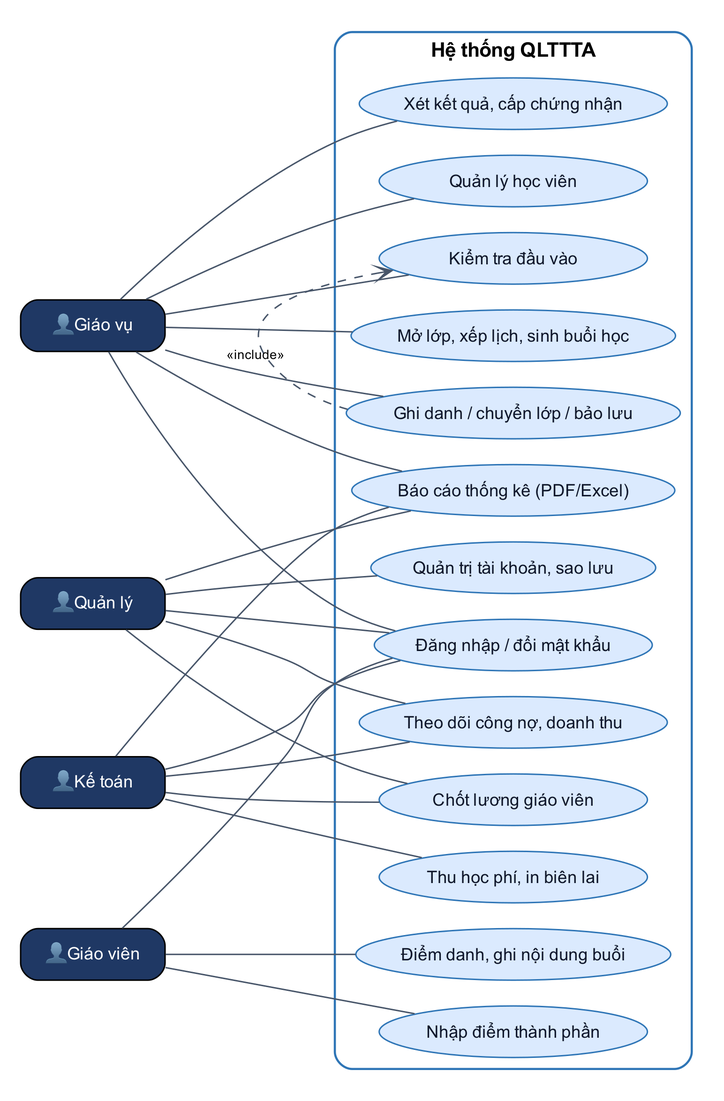
nhutruong-uit/imcp keeps this Graphviz diagram as docs/report/images/diagrams/usecase.png. Above is the earlier version. Its source is kept beside it as docs/report/diagrams/usecase.dot.
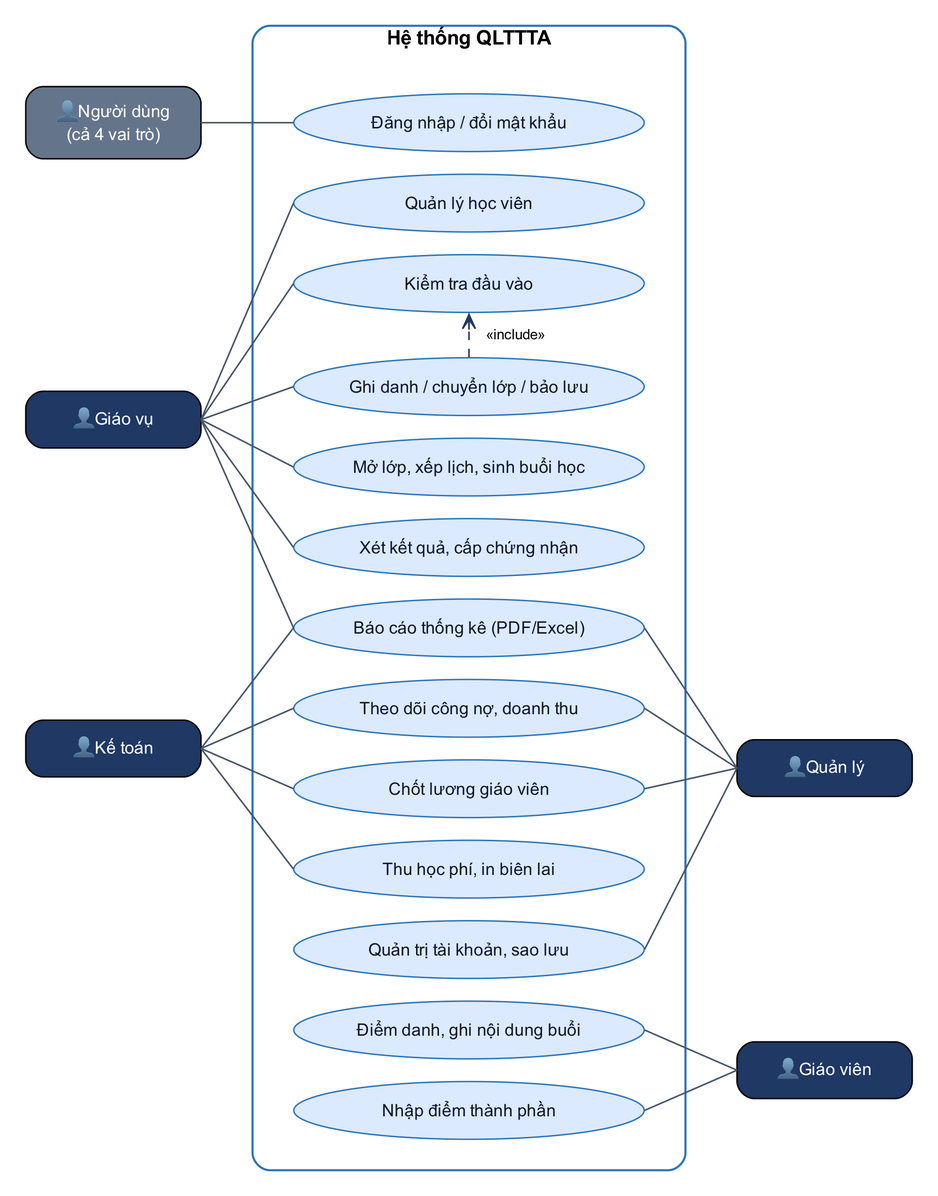
Later version of the same file.

Change to the diagram source:
```diff
@@ -1,31 +1,40 @@
-digraph UC {
-  graph [rankdir=LR, fontname="Arial", dpi=220, pad=0.2, nodesep=0.25, ranksep=1.2];
-  node  [fontname="Arial", fontsize=12];
-  edge  [color="#475569", arrowhead=none];
+graph UC {
+  layout=neato; overlap=true; splines=line; dpi=220; pad=0.25;
+  node [fontname="Arial", fontsize=12];
+  edge [color="#475569", penwidth=1.1];
 
-  node [shape=box, style="rounded,filled", fillcolor="#1F3864", fontcolor="white", width=1.4];
-  QL [label="👤 Quản lý"]; GVU [label="👤 Giáo vụ"]; KT [label="👤 Kế toán"]; GV [label="👤 Giáo viên"];
+  SYS [shape=box, style="rounded", color="#2E75B6", penwidth=1.5, label=<<B>Hệ thống QLTTTA</B>>, fontsize=14,
+       labelloc=t, fixedsize=true, width=4.2, height=11.1, pos="3.55,4.75!"];
 
-  subgraph cluster_sys {
-    label="Hệ thống QLTTTA"; fontsize=14; fontname="Arial Bold"; style="rounded"; color="#2E75B6"; penwidth=1.5;
-    node [shape=ellipse, style=filled, fillcolor="#DBEAFE", color="#2E75B6", fontcolor="#0F172A", width=2.6];
-    uc0 [label="Đăng nhập / đổi mật khẩu"];
-    uc1 [label="Quản lý học viên"];
-    uc2 [label="Kiểm tra đầu vào"];
-    uc3 [label="Mở lớp, xếp lịch, sinh buổi học"];
-    uc4 [label="Ghi danh / chuyển lớp / bảo lưu"];
-    uc5 [label="Thu học phí, in biên lai"];
-    uc6 [label="Theo dõi công nợ, doanh thu"];
-    uc7 [label="Điểm danh, ghi nội dung buổi"];
-    uc8 [label="Nhập điểm thành phần"];
-    uc9 [label="Xét kết quả, cấp chứng nhận"];
-    uc10 [label="Chốt lương giáo viên"];
-    uc11 [label="Báo cáo thống kê (PDF/Excel)"];
-    uc12 [label="Quản trị tài khoản, sao lưu"];
-  }
-  QL -> {uc0 uc6 uc11 uc12 uc10};
-  GVU -> {uc0 uc1 uc2 uc3 uc4 uc9 uc11};
-  KT -> {uc0 uc5 uc6 uc10 uc11};
-  GV -> {uc0 uc7 uc8};
-  uc4 -> uc2 [constraint=false, style=dashed, arrowhead=vee, label="«include»", fontsize=9, fontname="Arial"];
+  node [shape=box, style="rounded,filled", fillcolor="#1F3864", fontcolor="white", fixedsize=true, width=1.7, height=0.55];
+  ALL [label="👤 Người dùng\n(cả 4 vai trò)", fillcolor="#64748B", height=0.7, pos="0.1,9.36!"];
+  GVU [label="👤 Giáo vụ",  pos="0.1,6.48!"];
+  KT  [label="👤 Kế toán",  pos="0.1,3.29!"];
+  QL  [label="👤 Quản lý",  pos="7.0,3.10!"];
+  GV  [label="👤 Giáo viên", pos="7.0,0.17!"];
+
+  node [shape=ellipse, style=filled, fillcolor="#DBEAFE", color="#2E75B6", fontcolor="#0F172A", fixedsize=true,
+        width=3.4, height=0.56];
+  uc0  [label="Đăng nhập / đổi mật khẩu",         pos="3.55,9.36!"];
+  uc1  [label="Quản lý học viên",                pos="3.55,8.58!"];
+  uc2  [label="Kiểm tra đầu vào",                pos="3.55,7.80!"];
+  uc4  [label="Ghi danh / chuyển lớp / bảo lưu", pos="3.55,6.80!"];
+  uc3  [label="Mở lớp, xếp lịch, sinh buổi học", pos="3.55,6.02!"];
+  uc9  [label="Xét kết quả, cấp chứng nhận",     pos="3.55,5.24!"];
+  uc11 [label="Báo cáo thống kê (PDF/Excel)",    pos="3.55,4.46!"];
+  uc6  [label="Theo dõi công nợ, doanh thu",     pos="3.55,3.68!"];
+  uc10 [label="Chốt lương giáo viên",            pos="3.55,2.90!"];
+  uc5  [label="Thu học phí, in biên lai",        pos="3.55,2.12!"];
+  uc12 [label="Quản trị tài khoản, sao lưu",     pos="3.55,1.34!"];
+  uc7  [label="Điểm danh, ghi nội dung buổi",    pos="3.55,0.56!"];
+  uc8  [label="Nhập điểm thành phần",            pos="3.55,-0.22!"];
+
+  ALL:e -- uc0:w;
+  GVU:e -- uc1:w; GVU:e -- uc2:w; GVU:e -- uc4:w; GVU:e -- uc3:w; GVU:e -- uc9:w; GVU:e -- uc11:w;
+  KT:e  -- uc11:w; KT:e -- uc6:w; KT:e -- uc10:w; KT:e -- uc5:w;
+  QL:w  -- uc11:e; QL:w -- uc6:e; QL:w -- uc10:e; QL:w -- uc12:e;
+  GV:w  -- uc7:e; GV:w -- uc8:e;
+
+  uc4 -- uc2 [style=dashed, dir=forward, arrowhead=vee, color="#1F3864", xlabel="    «include»", fontsize=10,
+              fontname="Arial"];
 }
```
